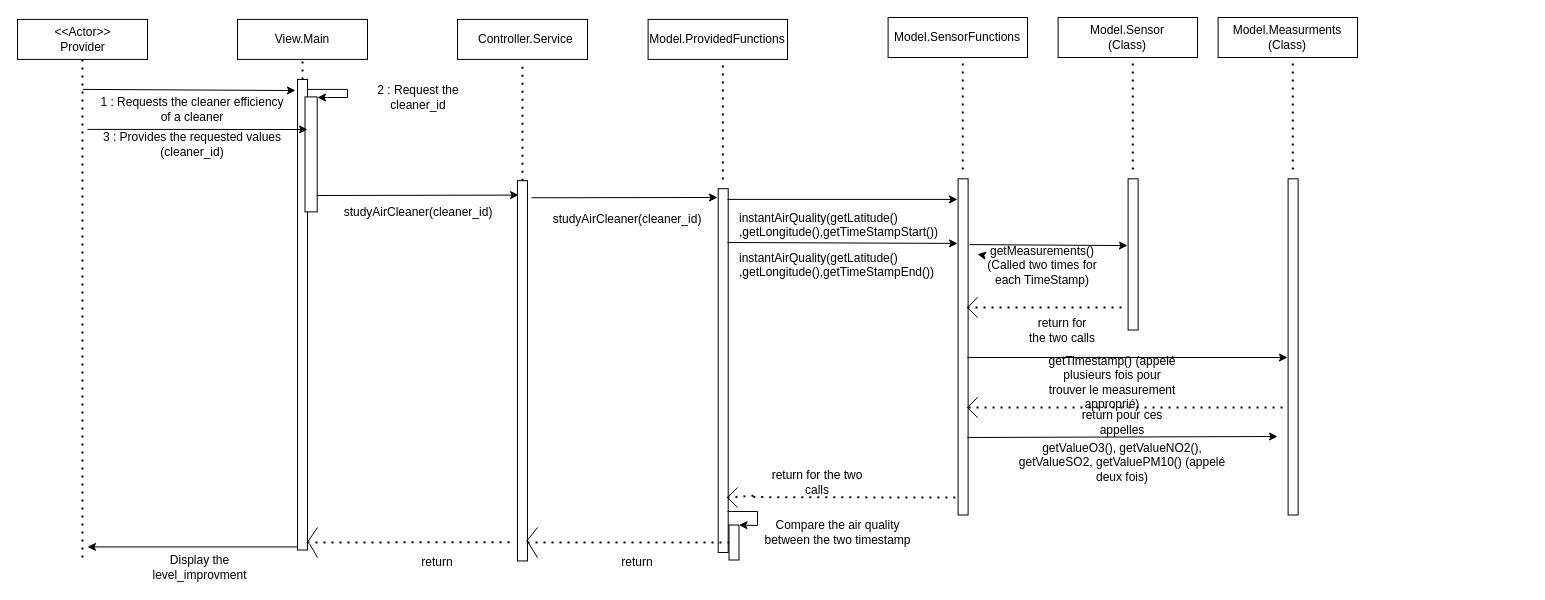
The draw.io diagram Sequence diagram _ Analysis of cleaner efficiency.drawio in jimmywengzj/GL-TP, before the edit. Source tidied: cells renumbered, new cells numbered last; positions are measured from the earlier drawing's top-left corner, leaving out a move shared by most shapes. Both pictures are drawn from the tidied source at 100%, with x=0, y=0 at pixel (17, 17).
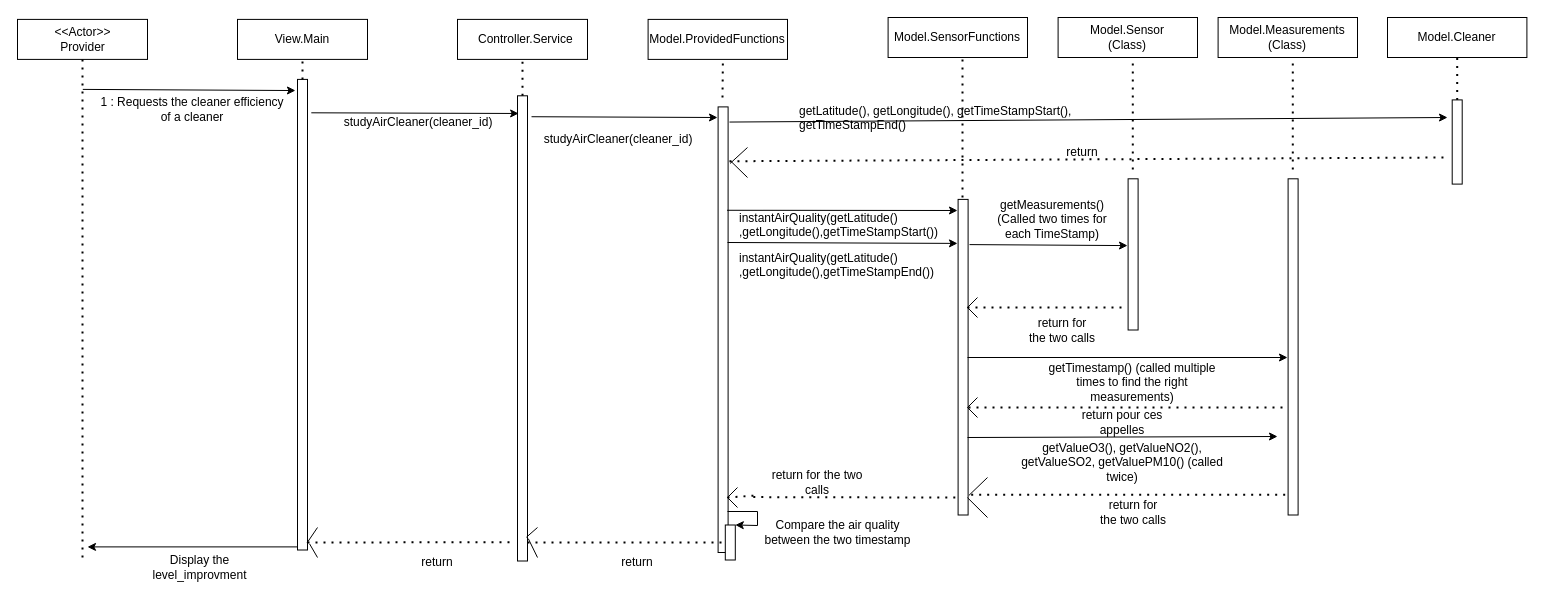
The same page after the edit.

Unchanged cells that the change refers to:
```xml
<mxCell id="7" style="rounded=0;whiteSpace=wrap;html=1;rotation=-90;" parent="1" vertex="1">
  <mxGeometry x="49.7" y="292.2" width="470.6" height="10" as="geometry" />
</mxCell>
<mxCell id="55" style="rounded=0;whiteSpace=wrap;html=1;rotation=-90;" parent="1" vertex="1">
  <mxGeometry x="1107.5" y="324.4" width="336.2" height="10" as="geometry" />
</mxCell>
```

Diff of the diagram source:
```diff
@@
-    <mxCell id="8" style="rounded=0;whiteSpace=wrap;html=1;rotation=-90;" parent="1" vertex="1">
-      <mxGeometry x="236.1" y="130.8" width="115" height="12.2" as="geometry" />
-    </mxCell>
-    <mxCell id="9" style="endArrow=classic;html=1;rounded=0;" parent="1" edge="1">
-      <mxGeometry relative="1" as="geometry">
-        <mxPoint x="290" y="71.9" as="sourcePoint" />
-        <mxPoint x="300" y="80" as="targetPoint" />
-        <Array as="points">
-          <mxPoint x="330" y="71.9" />
-          <mxPoint x="330" y="80" />
-          <mxPoint x="310" y="80" />
-        </Array>
-      </mxGeometry>
-    </mxCell>
-    <mxCell id="10" value="2 : Request the cleaner_id" style="text;html=1;strokeColor=none;fillColor=none;align=center;verticalAlign=middle;whiteSpace=wrap;rounded=0;" parent="1" vertex="1">
-      <mxGeometry x="330.6" y="60" width="140" height="40" as="geometry" />
-    </mxCell>
-    <mxCell id="11" style="endArrow=classic;html=1;rounded=0;" parent="1" edge="1">
-      <mxGeometry relative="1" as="geometry">
-        <mxPoint x="70" y="111.9" as="sourcePoint" />
-        <mxPoint x="290" y="112" as="targetPoint" />
-      </mxGeometry>
-    </mxCell>
-    <mxCell id="12" value="3 : Provides the requested values (cleaner_id)" style="text;html=1;strokeColor=none;fillColor=none;align=center;verticalAlign=middle;whiteSpace=wrap;rounded=0;" parent="1" vertex="1">
-      <mxGeometry x="70" y="111.9" width="210" height="30" as="geometry" />
-    </mxCell>
@@
-    <mxCell id="15" style="endArrow=classic;html=1;rounded=0;entryX=0.962;entryY=0.113;entryDx=0;entryDy=0;entryPerimeter=0;" parent="1" edge="1" target="17">
-      <mxGeometry relative="1" as="geometry">
-        <mxPoint x="300" y="178" as="sourcePoint" />
-      </mxGeometry>
+    <mxCell id="15" style="endArrow=classic;html=1;rounded=0;entryX=0.962;entryY=0.113;entryDx=0;entryDy=0;entryPerimeter=0;exitX=0.929;exitY=1.381;exitDx=0;exitDy=0;exitPerimeter=0;" parent="1" edge="1" source="7" target="17">
+      <mxGeometry relative="1" as="geometry" />
     </mxCell>
     <mxCell id="16" value="studyAirCleaner(cleaner_id)" style="text;html=1;strokeColor=none;fillColor=none;align=center;verticalAlign=middle;whiteSpace=wrap;rounded=0;" parent="1" vertex="1">
-      <mxGeometry x="370.6" y="180" width="60" height="30" as="geometry" />
+      <mxGeometry x="370.6" y="90" width="60" height="30" as="geometry" />
     </mxCell>
     <mxCell id="17" style="rounded=0;whiteSpace=wrap;html=1;rotation=-90;" parent="1" vertex="1">
-      <mxGeometry x="314.8" y="348.3" width="380.3" height="10" as="geometry" />
+      <mxGeometry x="272.4" y="305.9" width="465.2" height="10" as="geometry" />
     </mxCell>
@@
     <mxCell id="24" style="rounded=0;whiteSpace=wrap;html=1;rotation=-90;" parent="1" vertex="1">
-      <mxGeometry x="523.8" y="348.1" width="363.8" height="10" as="geometry" />
+      <mxGeometry x="482.8" y="307.2" width="445.6" height="10" as="geometry" />
     </mxCell>
     <mxCell id="25" style="endArrow=none;dashed=1;html=1;dashPattern=1 3;strokeWidth=2;rounded=0;" parent="1" edge="1">
       <mxGeometry relative="1" as="geometry">
-        <mxPoint x="705.4" y="161.9" as="sourcePoint" />
+        <mxPoint x="705" y="80" as="sourcePoint" />
         <mxPoint x="705.4" y="41.9" as="targetPoint" />
       </mxGeometry>
     </mxCell>
     <mxCell id="26" style="endArrow=classic;html=1;rounded=0;exitX=0.955;exitY=1.403;exitDx=0;exitDy=0;exitPerimeter=0;" parent="1" edge="1" source="17">
       <mxGeometry relative="1" as="geometry">
-        <mxPoint x="700" y="180" as="targetPoint" />
+        <mxPoint x="700" y="100" as="targetPoint" />
       </mxGeometry>
     </mxCell>
     <mxCell id="27" value="studyAirCleaner(cleaner_id)" style="text;html=1;strokeColor=none;fillColor=none;align=center;verticalAlign=middle;whiteSpace=wrap;rounded=0;" parent="1" vertex="1">
-      <mxGeometry x="580" y="186.9" width="60" height="30" as="geometry" />
+      <mxGeometry x="570.6" y="106.9" width="60" height="30" as="geometry" />
     </mxCell>
-    <mxCell id="28" style="endArrow=classic;html=1;rounded=0;" parent="1" edge="1">
+    <mxCell id="28" style="endArrow=classic;html=1;rounded=0;exitX=0.768;exitY=0.897;exitDx=0;exitDy=0;exitPerimeter=0;" parent="1" edge="1" source="24">
       <mxGeometry relative="1" as="geometry">
-        <mxPoint x="710" y="181.9" as="sourcePoint" />
-        <mxPoint x="940" y="181.9" as="targetPoint" />
+        <mxPoint x="940" y="193" as="targetPoint" />
       </mxGeometry>
     </mxCell>
@@
     <mxCell id="32" style="rounded=0;whiteSpace=wrap;html=1;rotation=-90;" parent="1" vertex="1">
-      <mxGeometry x="777.5" y="324.4" width="336.2" height="10" as="geometry" />
+      <mxGeometry x="787.8" y="334.7" width="315.6" height="10" as="geometry" />
     </mxCell>
     <mxCell id="33" style="endArrow=none;dashed=1;html=1;dashPattern=1 3;strokeWidth=2;rounded=0;" parent="1" edge="1">
       <mxGeometry relative="1" as="geometry">
-        <mxPoint x="945.3" y="151.9" as="sourcePoint" />
-        <mxPoint x="945.3" y="31.9" as="targetPoint" />
+        <mxPoint x="945" y="180" as="sourcePoint" />
+        <mxPoint x="945" y="40" as="targetPoint" />
       </mxGeometry>
     </mxCell>
@@
     <mxCell id="37" style="rounded=0;whiteSpace=wrap;html=1;rotation=-90;" parent="1" vertex="1">
-      <mxGeometry x="699" y="520" width="35" height="10" as="geometry" />
+      <mxGeometry x="695.3" y="520" width="35" height="10" as="geometry" />
     </mxCell>
@@
-    <mxCell id="58" value="Model.Measurments&lt;br&gt;(Class)&lt;br&gt;" style="text;html=1;strokeColor=none;fillColor=none;align=center;verticalAlign=middle;whiteSpace=wrap;rounded=0;" parent="1" vertex="1">
+    <mxCell id="58" value="Model.Measurements&lt;br&gt;(Class)" style="text;html=1;strokeColor=none;fillColor=none;align=center;verticalAlign=middle;whiteSpace=wrap;rounded=0;" parent="1" vertex="1">
       <mxGeometry x="1240.3" y="5" width="60" height="30" as="geometry" />
     </mxCell>
@@
-    <mxCell id="64" style="endArrow=classic;html=1;rounded=0;exitX=0.706;exitY=1.152;exitDx=0;exitDy=0;exitPerimeter=0;" parent="1" edge="1" target="65">
-      <mxGeometry relative="1" as="geometry">
-        <mxPoint x="962" y="237.1" as="sourcePoint" />
-      </mxGeometry>
-    </mxCell>
     <mxCell id="65" value="getMeasurements()&lt;br&gt;(Called two times for each TimeStamp)" style="text;html=1;strokeColor=none;fillColor=none;align=center;verticalAlign=middle;whiteSpace=wrap;rounded=0;" parent="1" vertex="1">
-      <mxGeometry x="960" y="232.5" width="130" height="30" as="geometry" />
+      <mxGeometry x="970.3" y="186.9" width="130" height="30" as="geometry" />
     </mxCell>
-    <mxCell id="66" value="getTimestamp() (appelé plusieurs fois pour trouver le measurement approprié)" style="text;html=1;strokeColor=none;fillColor=none;align=center;verticalAlign=middle;whiteSpace=wrap;rounded=0;" parent="1" vertex="1">
-      <mxGeometry x="1030" y="350" width="130" height="30" as="geometry" />
+    <mxCell id="66" value="getTimestamp() (called multiple times to find the right measurements)" style="text;html=1;strokeColor=none;fillColor=none;align=center;verticalAlign=middle;whiteSpace=wrap;rounded=0;" parent="1" vertex="1">
+      <mxGeometry x="1030" y="350" width="170" height="30" as="geometry" />
     </mxCell>
@@
-    <mxCell id="72" value="&lt;div&gt;getValueO3(), getValueNO2(), getValueSO2, getValuePM10() (appelé deux fois)&lt;br&gt;&lt;/div&gt;" style="text;html=1;strokeColor=none;fillColor=none;align=center;verticalAlign=middle;whiteSpace=wrap;rounded=0;" parent="1" vertex="1">
+    <mxCell id="72" value="&lt;div&gt;getValueO3(), getValueNO2(), getValueSO2, getValuePM10() (called twice)&lt;br&gt;&lt;/div&gt;" style="text;html=1;strokeColor=none;fillColor=none;align=center;verticalAlign=middle;whiteSpace=wrap;rounded=0;" parent="1" vertex="1">
       <mxGeometry x="990" y="430" width="230" height="30" as="geometry" />
     </mxCell>
@@
+    <mxCell id="77" value="Model.Cleaner" style="rounded=0;whiteSpace=wrap;html=1;" parent="1" vertex="1">
+      <mxGeometry x="1370" width="139.4" height="40" as="geometry" />
+    </mxCell>
+    <mxCell id="78" style="endArrow=none;dashed=1;html=1;dashPattern=1 3;strokeWidth=2;rounded=0;entryX=0.5;entryY=1;entryDx=0;entryDy=0;exitX=1;exitY=0.5;exitDx=0;exitDy=0;" parent="1" edge="1" source="79" target="77">
+      <mxGeometry relative="1" as="geometry" />
+    </mxCell>
+    <mxCell id="79" style="rounded=0;whiteSpace=wrap;html=1;rotation=-90;" parent="1" vertex="1">
+      <mxGeometry x="1397.6" y="119.5" width="84.2" height="10" as="geometry" />
+    </mxCell>
+    <mxCell id="80" style="endArrow=classic;html=1;rounded=0;exitX=0.966;exitY=1.137;exitDx=0;exitDy=0;exitPerimeter=0;" parent="1" edge="1" source="24">
+      <mxGeometry relative="1" as="geometry">
+        <mxPoint x="1430" y="100" as="targetPoint" />
+      </mxGeometry>
+    </mxCell>
+    <mxCell id="81" style="endArrow=none;dashed=1;html=1;dashPattern=1 3;strokeWidth=2;rounded=0;exitX=0.878;exitY=1.137;exitDx=0;exitDy=0;exitPerimeter=0;" parent="1" edge="1" source="24">
+      <mxGeometry relative="1" as="geometry">
+        <mxPoint x="1430" y="140" as="targetPoint" />
+      </mxGeometry>
+    </mxCell>
+    <mxCell id="82" style="endArrow=none;dashed=1;html=1;dashPattern=1 3;strokeWidth=2;rounded=0;exitX=0.064;exitY=1.308;exitDx=0;exitDy=0;exitPerimeter=0;entryX=0.06;entryY=-0.062;entryDx=0;entryDy=0;entryPerimeter=0;" parent="1" edge="1" source="32" target="55">
+      <mxGeometry relative="1" as="geometry" />
+    </mxCell>
+    <mxCell id="83" style="endArrow=none;html=1;rounded=0;exitX=0.062;exitY=1.078;exitDx=0;exitDy=0;exitPerimeter=0;" parent="1" edge="1" source="32">
+      <mxGeometry relative="1" as="geometry">
+        <mxPoint x="970" y="460" as="targetPoint" />
+      </mxGeometry>
+    </mxCell>
+    <mxCell id="84" style="endArrow=none;html=1;rounded=0;exitX=0.055;exitY=0.937;exitDx=0;exitDy=0;exitPerimeter=0;" parent="1" edge="1" source="32">
+      <mxGeometry relative="1" as="geometry">
+        <mxPoint x="970" y="500" as="targetPoint" />
+      </mxGeometry>
+    </mxCell>
+    <mxCell id="85" value="return for the two calls" style="text;html=1;strokeColor=none;fillColor=none;align=center;verticalAlign=middle;whiteSpace=wrap;rounded=0;" parent="1" vertex="1">
+      <mxGeometry x="1080.6" y="480" width="70" height="30" as="geometry" />
+    </mxCell>
+    <mxCell id="86" value="getLatitude(), getLongitude(), getTimeStampStart(), getTimeStampEnd()" style="text;whiteSpace=wrap;html=1;" parent="1" vertex="1">
+      <mxGeometry x="780" y="80" width="330" height="20" as="geometry" />
+    </mxCell>
+    <mxCell id="87" value="return" style="text;html=1;strokeColor=none;fillColor=none;align=center;verticalAlign=middle;whiteSpace=wrap;rounded=0;" parent="1" vertex="1">
+      <mxGeometry x="1030" y="119.5" width="70" height="30" as="geometry" />
+    </mxCell>
+    <mxCell id="88" style="endArrow=none;html=1;rounded=0;exitX=0.873;exitY=1.197;exitDx=0;exitDy=0;exitPerimeter=0;" parent="1" edge="1" source="24">
+      <mxGeometry relative="1" as="geometry">
+        <mxPoint x="730" y="130" as="targetPoint" />
+      </mxGeometry>
+    </mxCell>
+    <mxCell id="89" style="endArrow=none;html=1;rounded=0;exitX=0.878;exitY=1.277;exitDx=0;exitDy=0;exitPerimeter=0;" parent="1" edge="1" source="24">
+      <mxGeometry relative="1" as="geometry">
+        <mxPoint x="730" y="160" as="targetPoint" />
+      </mxGeometry>
+    </mxCell>
```
